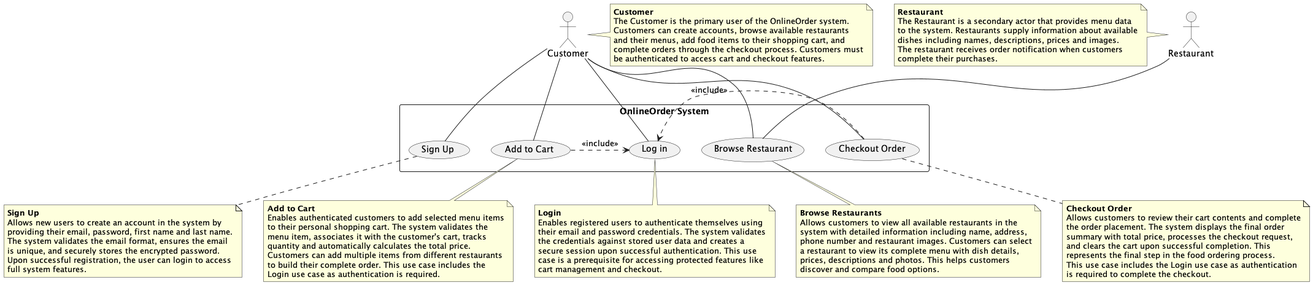
This is Requirements/Use Case/usecase_for_project.png from nongxu/CSCI_6234_Spring_2026_G02, a PlantUML export, as it was before one commit.
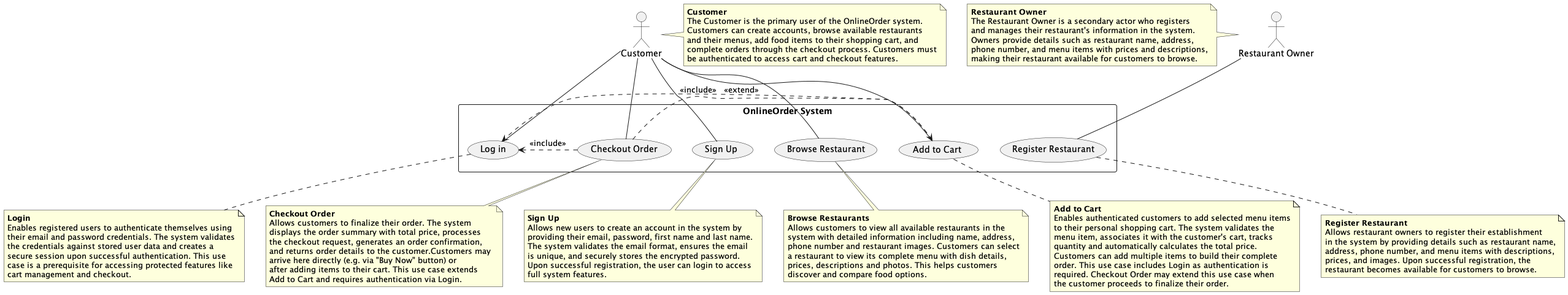
The same diagram one commit later.

Change to the diagram source:
```diff
@@ -1,7 +1,7 @@
 @startuml
 
 :Customer: as customer
-:Restaurant: as restaurant
+:Restaurant Owner: as restaurantOwner
 
 rectangle "OnlineOrder System"{
     (Sign Up) as signup
@@ -9,19 +9,20 @@
     (Browse Restaurant) as browse
     (Add to Cart) as addcart
     (Checkout Order) as checkout
+    (Register Restaurant) as registerRestaurant
 }
 
-customer -- checkout
 customer -- signup
 customer -- login
 customer -- browse
 customer -- addcart
+customer -- checkout
 
-restaurant -- browse
+restaurantOwner -- registerRestaurant
 
 addcart .> login : <<include>>
-
 checkout .> login : <<include>>
+checkout .> addcart : <<extend>>
 
 note right of customer
 **Customer**
@@ -32,13 +33,13 @@
 be authenticated to access cart and checkout features.
 end note
 
-note left of restaurant
-**Restaurant**
-The Restaurant is a secondary actor that provides menu data
-to the system. Restaurants supply information about available
-dishes including names, descriptions, prices and images.
-The restaurant receives order notification when customers
-complete their purchases.
+note left of restaurantOwner
+**Restaurant Owner**
+The Restaurant Owner is a secondary actor who registers
+and manages their restaurant's information in the system.
+Owners provide details such as restaurant name, address,
+phone number, and menu items with prices and descriptions,
+making their restaurant available for customers to browse.
 end note
 
 note bottom of signup
@@ -77,20 +78,30 @@
 to their personal shopping cart. The system validates the
 menu item, associates it with the customer's cart, tracks
 quantity and automatically calculates the total price.
-Customers can add multiple items from different restaurants
-to build their complete order. This use case includes the
-Login use case as authentication is required.
+Customers can add multiple items to build their complete
+order. This use case includes Login as authentication is
+required. Checkout Order may extend this use case when
+the customer proceeds to finalize their order.
 end note
 
 note bottom of checkout
 **Checkout Order**
-Allows customers to review their cart contents and complete
-the order placement. The system displays the final order
-summary with total price, processes the checkout request,
-and clears the cart upon successful completion. This
-represents the final step in the food ordering process.
-This use case includes the Login use case as authentication
-is required to complete the checkout.
+Allows customers to finalize their order. The system
+displays the order summary with total price, processes
+the checkout request, generates an order confirmation,
+and returns order details to the customer.Customers may
+arrive here directly (e.g. via "Buy Now" button) or
+after adding items to their cart. This use case extends
+Add to Cart and requires authentication via Login.
+end note
+
+note bottom of registerRestaurant
+**Register Restaurant**
+Allows restaurant owners to register their establishment
+in the system by providing details such as restaurant name,
+address, phone number, and menu items with descriptions,
+prices, and images. Upon successful registration, the
+restaurant becomes available for customers to browse.
 end note
 
 @enduml
```
